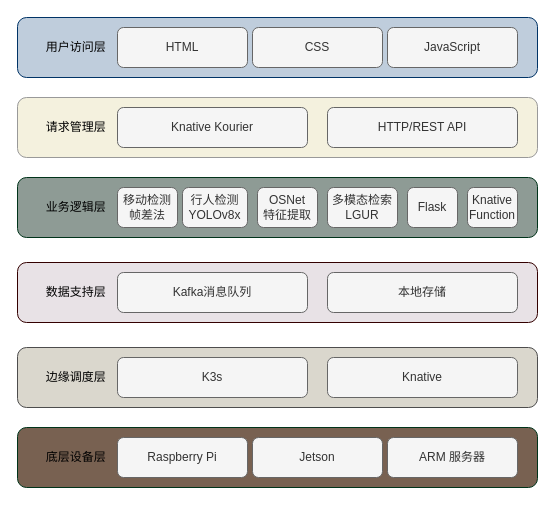
Earlier version of the draw.io diagram page "系统技术栈" (5 of 5) of directory/边缘架构.drawio (lllwwwooo/draw.io). Source tidied: cells renumbered, new cells numbered last; positions are measured from the earlier drawing's top-left corner, leaving out a move shared by most shapes. Both pictures are drawn from the tidied source at 100%, with x=0, y=0 at pixel (17, 17).
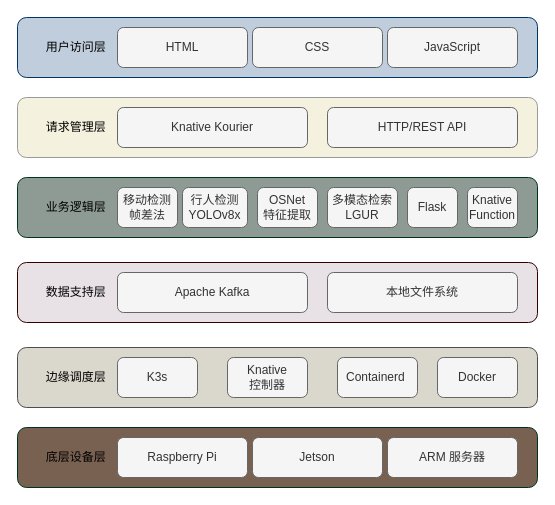
After the change.

Commit message (it also covers changes not shown here):
更新边缘架构.drawio

What changed in the source:
```diff
@@
-    <mxCell id="12" value="&lt;font&gt;Kafka消息队列&lt;/font&gt;" style="rounded=1;whiteSpace=wrap;html=1;fillColor=#f5f5f5;strokeColor=#666666;fontColor=#333333;" parent="1" vertex="1">
+    <mxCell id="12" value="&lt;font&gt;Apache Kafka&lt;/font&gt;" style="rounded=1;whiteSpace=wrap;html=1;fillColor=#f5f5f5;strokeColor=#666666;fontColor=#333333;" parent="1" vertex="1">
       <mxGeometry x="100" y="255" width="190" height="40" as="geometry" />
     </mxCell>
-    <mxCell id="13" value="&lt;font&gt;本地存储&lt;/font&gt;" style="rounded=1;whiteSpace=wrap;html=1;fillColor=#f5f5f5;strokeColor=#666666;fontColor=#333333;" parent="1" vertex="1">
+    <mxCell id="13" value="本地文件系统" style="rounded=1;whiteSpace=wrap;html=1;fillColor=#f5f5f5;strokeColor=#666666;fontColor=#333333;" parent="1" vertex="1">
       <mxGeometry x="310" y="255" width="190" height="40" as="geometry" />
     </mxCell>
@@
     <mxCell id="15" value="&lt;font&gt;K3s&lt;/font&gt;" style="rounded=1;whiteSpace=wrap;html=1;fillColor=#f5f5f5;strokeColor=#666666;fontColor=#333333;" parent="1" vertex="1">
-      <mxGeometry x="100" y="340" width="190" height="40" as="geometry" />
+      <mxGeometry x="100" y="340" width="80" height="40" as="geometry" />
     </mxCell>
-    <mxCell id="16" value="&lt;font&gt;Knative&lt;/font&gt;" style="rounded=1;whiteSpace=wrap;html=1;fillColor=#f5f5f5;strokeColor=#666666;fontColor=#333333;" parent="1" vertex="1">
-      <mxGeometry x="310" y="340" width="190" height="40" as="geometry" />
-    </mxCell>
@@
+    <mxCell id="26" value="Knative&lt;div&gt;控制器&lt;/div&gt;" style="rounded=1;whiteSpace=wrap;html=1;fillColor=#f5f5f5;strokeColor=#666666;fontColor=#333333;" parent="1" vertex="1">
+      <mxGeometry x="210" y="340" width="80" height="40" as="geometry" />
+    </mxCell>
+    <mxCell id="27" value="Containerd&amp;nbsp;" style="rounded=1;whiteSpace=wrap;html=1;fillColor=#f5f5f5;strokeColor=#666666;fontColor=#333333;" parent="1" vertex="1">
+      <mxGeometry x="320" y="340" width="80" height="40" as="geometry" />
+    </mxCell>
+    <mxCell id="28" value="Docker" style="rounded=1;whiteSpace=wrap;html=1;fillColor=#f5f5f5;strokeColor=#666666;fontColor=#333333;" parent="1" vertex="1">
+      <mxGeometry x="420" y="340" width="80" height="40" as="geometry" />
+    </mxCell>
```
